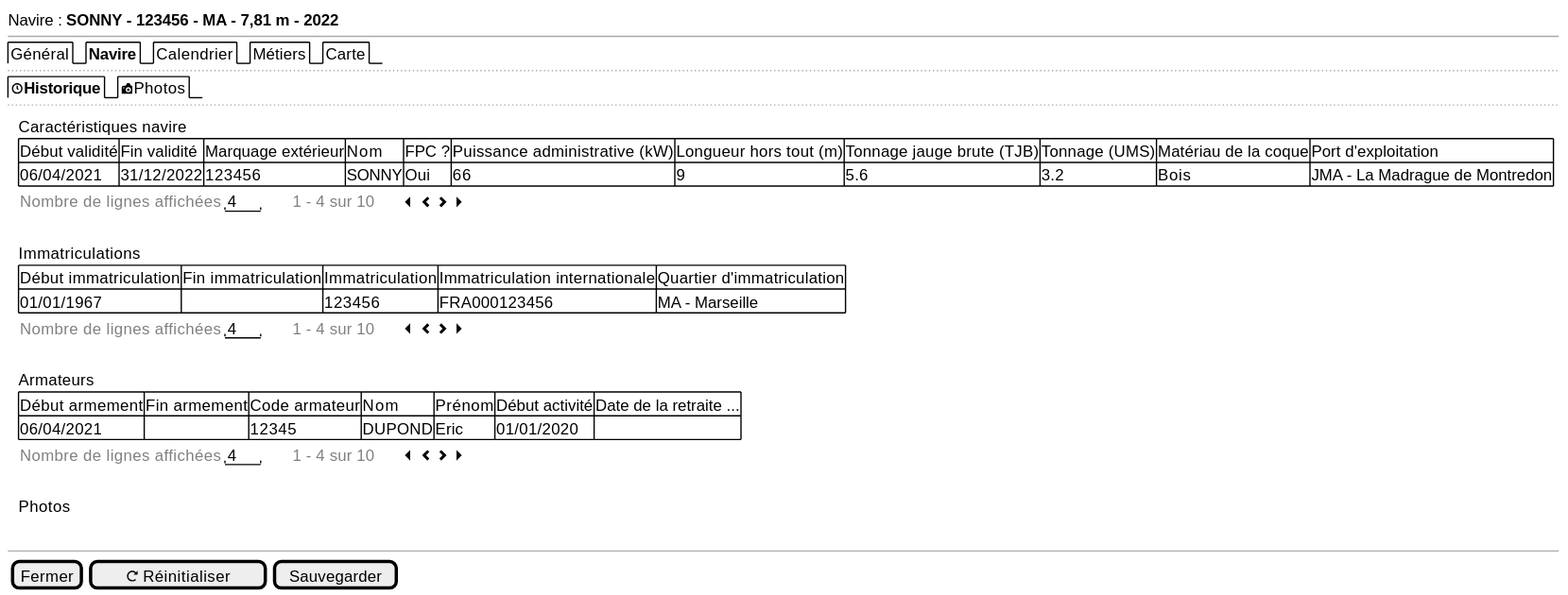
sumaris-net/sumaris-doc keeps this PlantUML diagram as projects/activity-calendar/spe/images/activity-calendar-vessels-history.svg. Above is the earlier version.
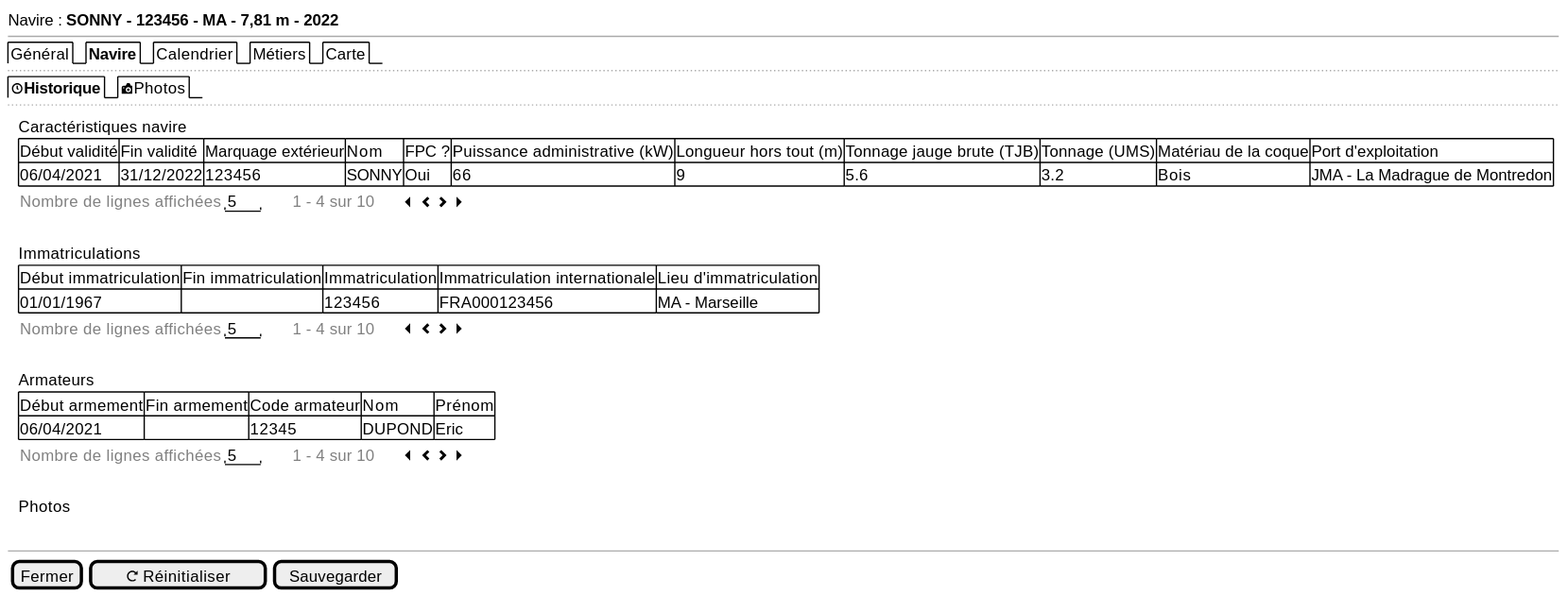
The same file after the commit.

The edit, as a diff of the source:
```diff
@@ -12,18 +12,18 @@
     . | Caractéristiques navire
     . | {# Début validité | Fin validité | Marquage extérieur | Nom | FPC ? | Puissance administrative (kW) | Longueur hors tout (m) | Tonnage jauge brute (TJB) | Tonnage (UMS) | Matériau de la coque | Port d'exploitation
         06/04/2021 | 31/12/2022 | 123456 | SONNY | Oui | 66 | 9 | 5.6 | 3.2 | Bois | JMA - La Madrague de Montredon }
-    . | { <font color=grey>Nombre de lignes affichées</font> |  " 4 "  | . | . | . | . | <font color=grey>1 - 4 sur 10 | . | . | . | . | <&caret-left> <&chevron-left> <&chevron-right> <&caret-right> }
+    . | { <font color=grey>Nombre de lignes affichées</font> |  " 5 "  | . | . | . | . | <font color=grey>1 - 4 sur 10 | . | . | . | . | <&caret-left> <&chevron-left> <&chevron-right> <&caret-right> }
     .
 
     . | Immatriculations
-    . | {# Début immatriculation | Fin immatriculation | Immatriculation | Immatriculation internationale | Quartier d'immatriculation
+    . | {# Début immatriculation | Fin immatriculation | Immatriculation | Immatriculation internationale | Lieu d'immatriculation
        01/01/1967 | . | 123456 | FRA000123456 | MA - Marseille}
-    . | { <font color=grey>Nombre de lignes affichées</font> |  " 4 "  | . | . | . | . | <font color=grey>1 - 4 sur 10 | . | . | . | . | <&caret-left> <&chevron-left> <&chevron-right> <&caret-right> }
+    . | { <font color=grey>Nombre de lignes affichées</font> |  " 5 "  | . | . | . | . | <font color=grey>1 - 4 sur 10 | . | . | . | . | <&caret-left> <&chevron-left> <&chevron-right> <&caret-right> }
     .
     . | Armateurs
-    . | {# Début armement | Fin armement | Code armateur |  Nom | Prénom | Début activité | Date de la retraite ...
-        06/04/2021 | . | 12345 | DUPOND | Eric | 01/01/2020 | . }
-    . | { <font color=grey>Nombre de lignes affichées</font> |  " 4 "  | . | . | . | . | <font color=grey>1 - 4 sur 10 | . | . | . | . | <&caret-left> <&chevron-left> <&chevron-right> <&caret-right> }
+    . | {# Début armement | Fin armement | Code armateur |  Nom | Prénom
+        06/04/2021 | . | 12345 | DUPOND | Eric }
+    . | { <font color=grey>Nombre de lignes affichées</font> |  " 5 "  | . | . | . | . | <font color=grey>1 - 4 sur 10 | . | . | . | . | <&caret-left> <&chevron-left> <&chevron-right> <&caret-right> }
     .
     . | Photos
     }
```
